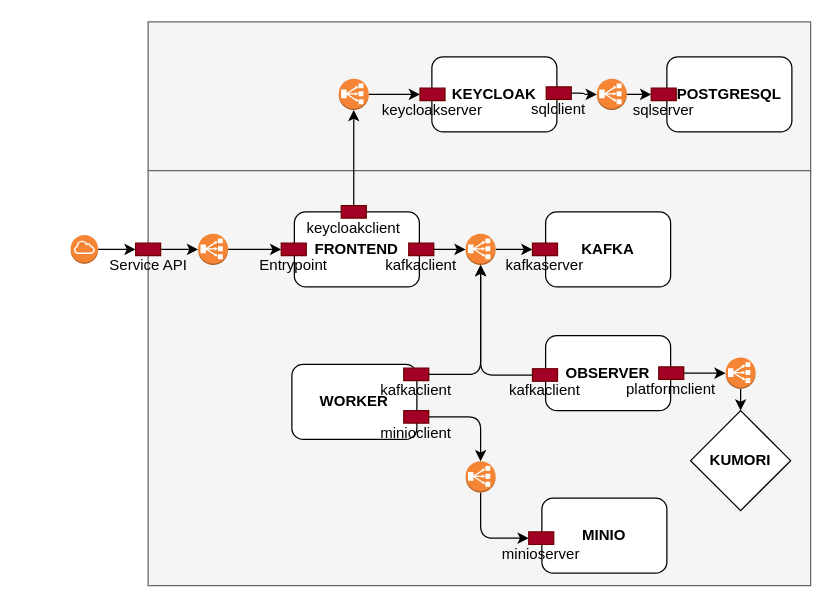
Before: arquitecura.drawio in SalvaChiLlo/Proyecto-CC, a draw.io diagram. Source tidied: cells renumbered, new cells numbered last; positions are measured from the earlier drawing's top-left corner, leaving out a move shared by most shapes. Both pictures are drawn from the tidied source at 125%, with x=0, y=0 at pixel (70, 21).
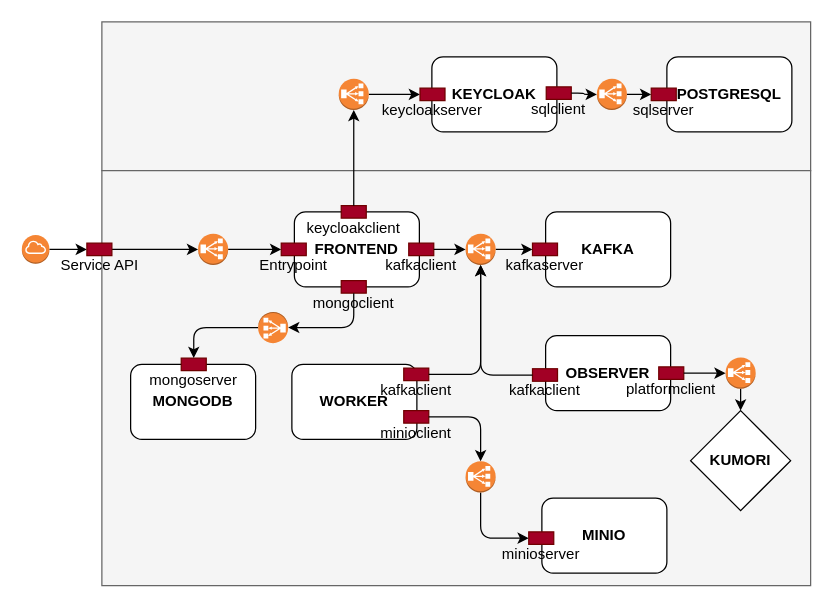
The same page after the edit.

Diff of the diagram source:
```diff
@@
     <mxCell id="2" style="rounded=0;whiteSpace=wrap;html=1;fillColor=#f5f5f5;fontColor=#333333;strokeColor=#666666;fontStyle=0;" parent="1" vertex="1">
-      <mxGeometry x="62" width="530" height="119" as="geometry" />
+      <mxGeometry x="25" width="567" height="119" as="geometry" />
     </mxCell>
     <mxCell id="3" style="rounded=0;whiteSpace=wrap;html=1;fillColor=#f5f5f5;fontColor=#333333;strokeColor=#666666;fontStyle=0;" parent="1" vertex="1">
-      <mxGeometry x="62" y="119" width="530" height="332" as="geometry" />
+      <mxGeometry x="25" y="119" width="567" height="332" as="geometry" />
     </mxCell>
@@
     <mxCell id="20" style="outlineConnect=0;dashed=0;verticalLabelPosition=bottom;verticalAlign=top;align=center;html=1;shape=mxgraph.aws3.internet_gateway;fillColor=#F58534;gradientColor=none;" parent="1" vertex="1">
-      <mxGeometry y="170.5" width="22" height="23" as="geometry" />
+      <mxGeometry x="-39" y="170.5" width="22" height="23" as="geometry" />
     </mxCell>
@@
     <mxCell id="22" style="group;" parent="1" vertex="1">
-      <mxGeometry x="28.5" y="177" width="67" height="25" as="geometry" />
+      <mxGeometry x="-10.5" y="177" width="67" height="25" as="geometry" />
     </mxCell>
@@
+    <mxCell id="73" style="group;" parent="1" vertex="1">
+      <mxGeometry x="193" y="207" width="67" height="25" as="geometry" />
+    </mxCell>
+    <mxCell id="74" style="rounded=0;whiteSpace=wrap;html=1;fillColor=#a20025;strokeColor=#6F0000;fontColor=#ffffff;" parent="73" vertex="1">
+      <mxGeometry x="23.5" width="20" height="10" as="geometry" />
+    </mxCell>
+    <mxCell id="75" value="mongoclient" style="text;html=1;strokeColor=none;fillColor=none;align=center;verticalAlign=middle;whiteSpace=wrap;rounded=0;spacing=2;" parent="73" vertex="1">
+      <mxGeometry y="10" width="67" height="15" as="geometry" />
+    </mxCell>
+    <mxCell id="76" style="group;" parent="1" vertex="1">
+      <mxGeometry x="48" y="269" width="100" height="65" as="geometry" />
+    </mxCell>
+    <mxCell id="77" value="MONGODB" style="rounded=1;whiteSpace=wrap;html=1;fontStyle=1;" parent="76" vertex="1">
+      <mxGeometry y="5" width="100" height="60" as="geometry" />
+    </mxCell>
+    <mxCell id="78" style="group;" parent="76" vertex="1">
+      <mxGeometry x="17" width="67" height="25" as="geometry" />
+    </mxCell>
+    <mxCell id="79" style="rounded=0;whiteSpace=wrap;html=1;fillColor=#a20025;strokeColor=#6F0000;fontColor=#ffffff;" parent="78" vertex="1">
+      <mxGeometry x="23.5" width="20" height="10" as="geometry" />
+    </mxCell>
+    <mxCell id="80" value="mongoserver" style="text;html=1;strokeColor=none;fillColor=none;align=center;verticalAlign=middle;whiteSpace=wrap;rounded=0;spacing=2;" parent="78" vertex="1">
+      <mxGeometry y="10" width="67" height="15" as="geometry" />
+    </mxCell>
+    <mxCell id="81" style="edgeStyle=orthogonalEdgeStyle;html=1;exitX=1;exitY=0.5;exitDx=0;exitDy=0;exitPerimeter=0;entryX=0.5;entryY=0;entryDx=0;entryDy=0;" parent="1" edge="1" source="82" target="79">
+      <mxGeometry relative="1" as="geometry" />
+    </mxCell>
+    <mxCell id="82" style="outlineConnect=0;dashed=0;verticalLabelPosition=bottom;verticalAlign=top;align=center;html=1;shape=mxgraph.aws3.classic_load_balancer;fillColor=#F58534;gradientColor=none;rotation=180;" parent="1" vertex="1">
+      <mxGeometry x="150" y="232" width="24" height="25" as="geometry" />
+    </mxCell>
+    <mxCell id="83" style="edgeStyle=orthogonalEdgeStyle;html=1;exitX=0.5;exitY=1;exitDx=0;exitDy=0;entryX=0;entryY=0.5;entryDx=0;entryDy=0;entryPerimeter=0;" parent="1" edge="1" source="74" target="82">
+      <mxGeometry relative="1" as="geometry" />
+    </mxCell>
```
